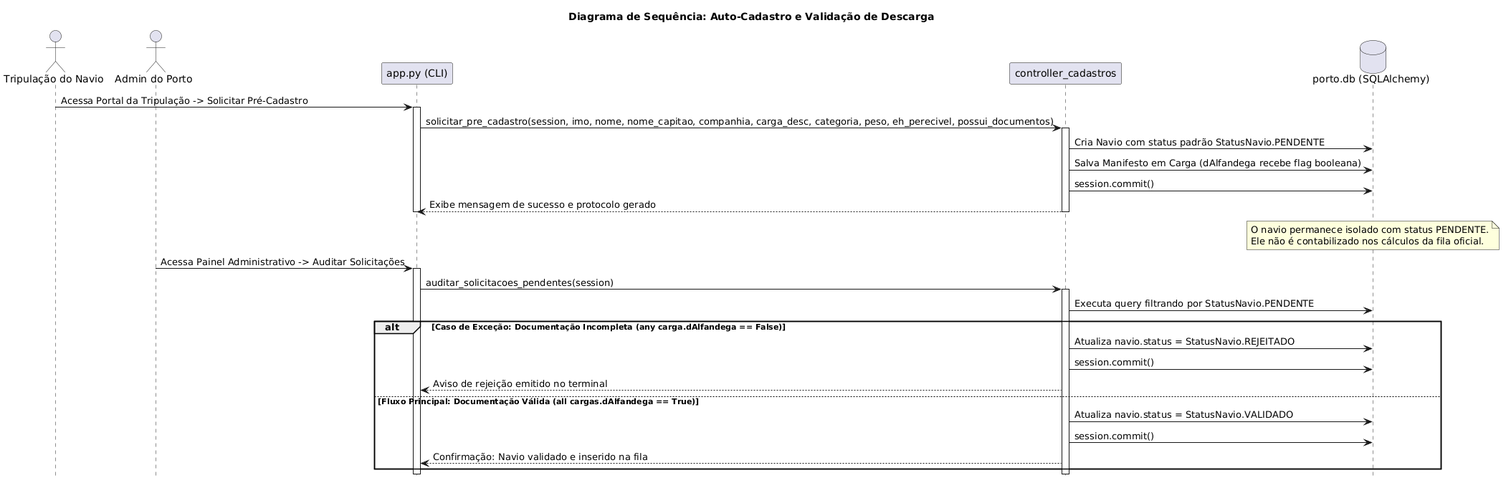
Earlier version of the PlantUML export Docs/Diagramas/Imagens/Sequencia_3.png (Lucas2Araujo/App_ADMPortuaria).
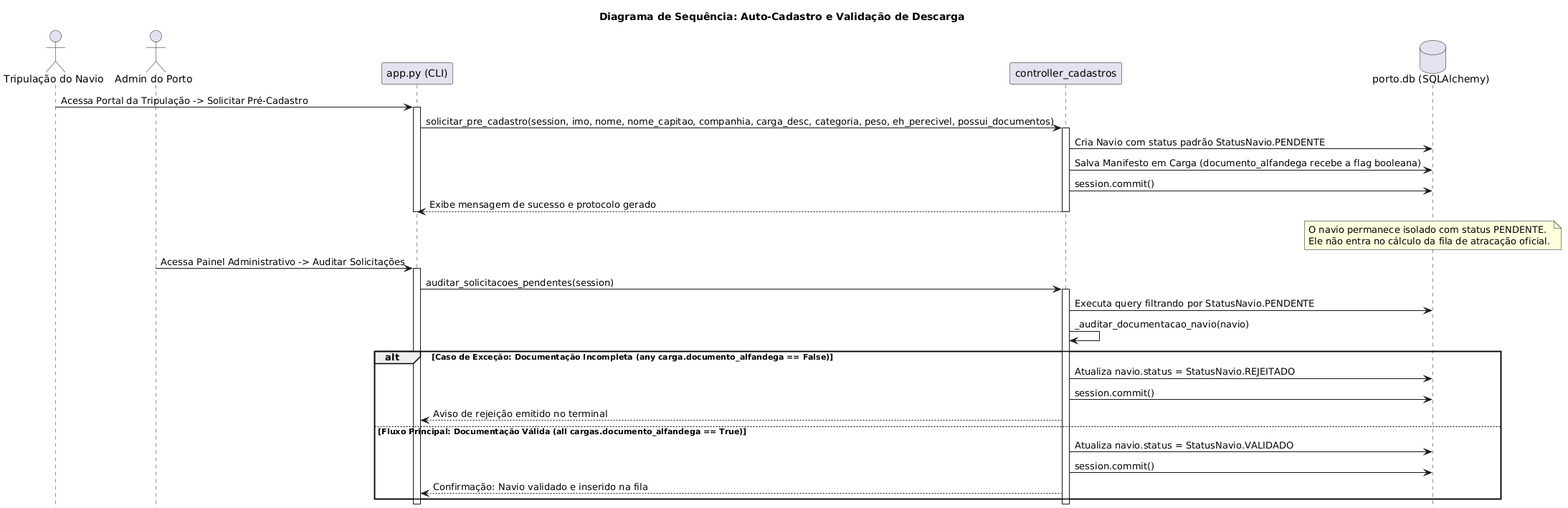
The same file after the commit.

What changed in the source:
```diff
@@ -13,13 +13,13 @@
 CLI -> CtrlCad: solicitar_pre_cadastro(session, imo, nome, nome_capitao, companhia, carga_desc, categoria, peso, eh_perecivel, possui_documentos)
 activate CtrlCad
 CtrlCad -> DB: Cria Navio com status padrão StatusNavio.PENDENTE
-CtrlCad -> DB: Salva Manifesto em Carga (dAlfandega recebe flag booleana)
+CtrlCad -> DB: Salva Manifesto em Carga (documento_alfandega recebe a flag booleana)
 CtrlCad -> DB: session.commit()
 CtrlCad --> CLI: Exibe mensagem de sucesso e protocolo gerado
 deactivate CtrlCad
 deactivate CLI
 
-note over DB: O navio permanece isolado com status PENDENTE.\nEle não é contabilizado nos cálculos da fila oficial.
+note over DB: O navio permanece isolado com status PENDENTE.\nEle não entra no cálculo da fila de atracação oficial.
 
 Admin -> CLI: Acessa Painel Administrativo -> Auditar Solicitações
 activate CLI
@@ -27,11 +27,13 @@
 activate CtrlCad
 CtrlCad -> DB: Executa query filtrando por StatusNavio.PENDENTE
 
-alt Caso de Exceção: Documentação Incompleta (any carga.dAlfandega == False)
+CtrlCad -> CtrlCad: _auditar_documentacao_navio(navio)
+
+alt Caso de Exceção: Documentação Incompleta (any carga.documento_alfandega == False)
     CtrlCad -> DB: Atualiza navio.status = StatusNavio.REJEITADO
     CtrlCad -> DB: session.commit()
     CtrlCad --> CLI: Aviso de rejeição emitido no terminal
-else Fluxo Principal: Documentação Válida (all cargas.dAlfandega == True)
+else Fluxo Principal: Documentação Válida (all cargas.documento_alfandega == True)
     CtrlCad -> DB: Atualiza navio.status = StatusNavio.VALIDADO
     CtrlCad -> DB: session.commit()
     CtrlCad --> CLI: Confirmação: Navio validado e inserido na fila
```
